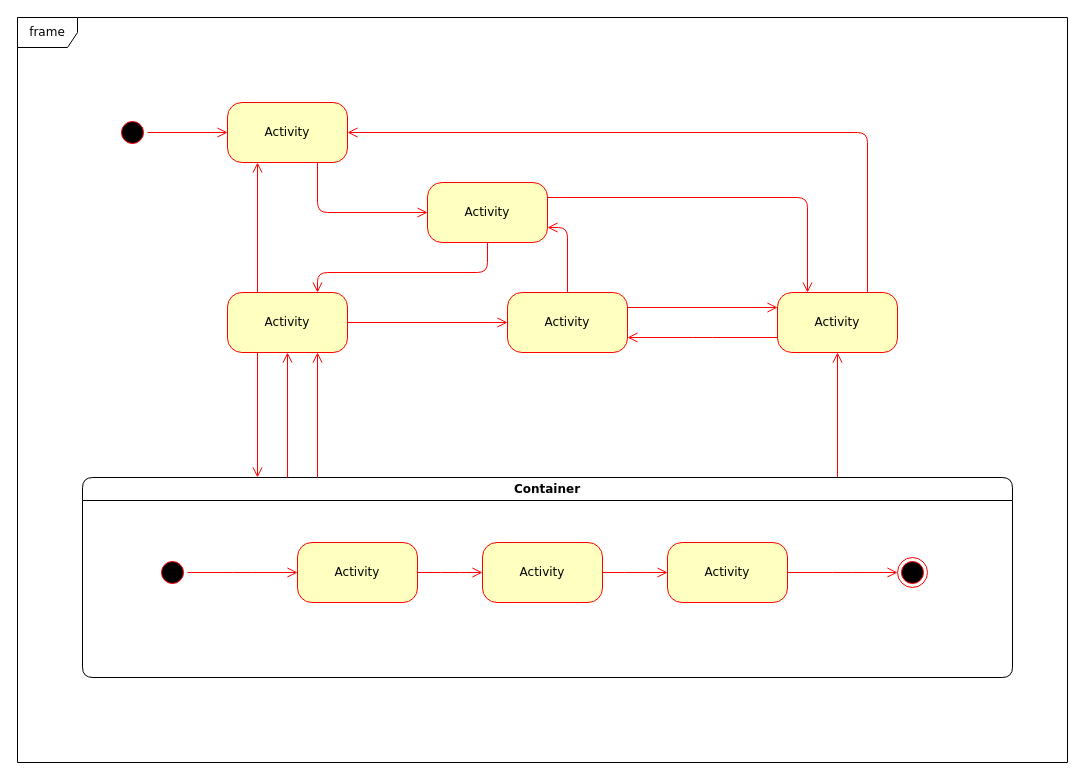
This is specs/examples/Diagram bez názvu.drawio from libusepoustkova/automation-full-wdio, a draw.io file, before an edit. Source tidied: cells renumbered, new cells numbered last; positions are measured from the earlier drawing's top-left corner, leaving out a move shared by most shapes. Both pictures are drawn from the tidied source at 100%, with x=0, y=0 at pixel (17, 17).
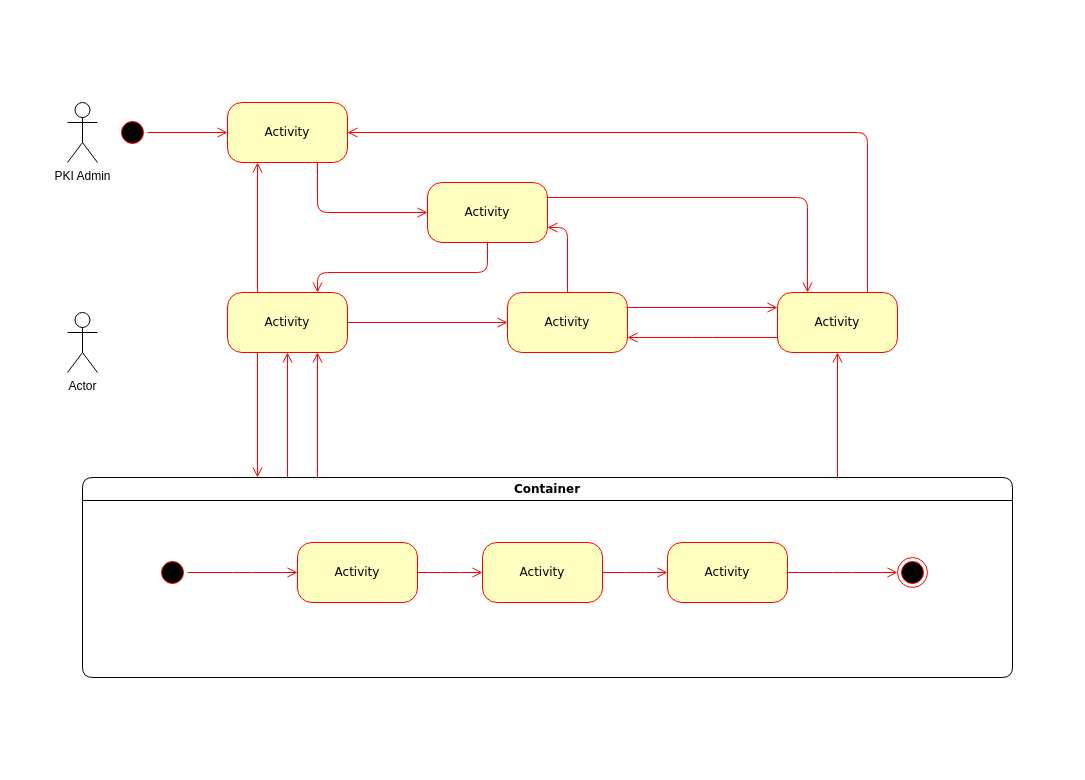
The same diagram, later.

Diff of the diagram source:
```diff
@@
-    <mxCell id="22" value="frame" style="shape=umlFrame;whiteSpace=wrap;html=1;rounded=1;shadow=0;comic=0;labelBackgroundColor=none;strokeWidth=1;fontFamily=Verdana;fontSize=12;align=center;" parent="1" vertex="1">
-      <mxGeometry width="1050" height="745" as="geometry" />
-    </mxCell>
@@
+    <mxCell id="33" value="PKI Admin" style="shape=umlActor;verticalLabelPosition=bottom;verticalAlign=top;html=1;" parent="1" vertex="1">
+      <mxGeometry x="50" y="85" width="30" height="60" as="geometry" />
+    </mxCell>
+    <mxCell id="34" value="Actor" style="shape=umlActor;verticalLabelPosition=bottom;verticalAlign=top;html=1;" parent="1" vertex="1">
+      <mxGeometry x="50" y="295" width="30" height="60" as="geometry" />
+    </mxCell>
```
